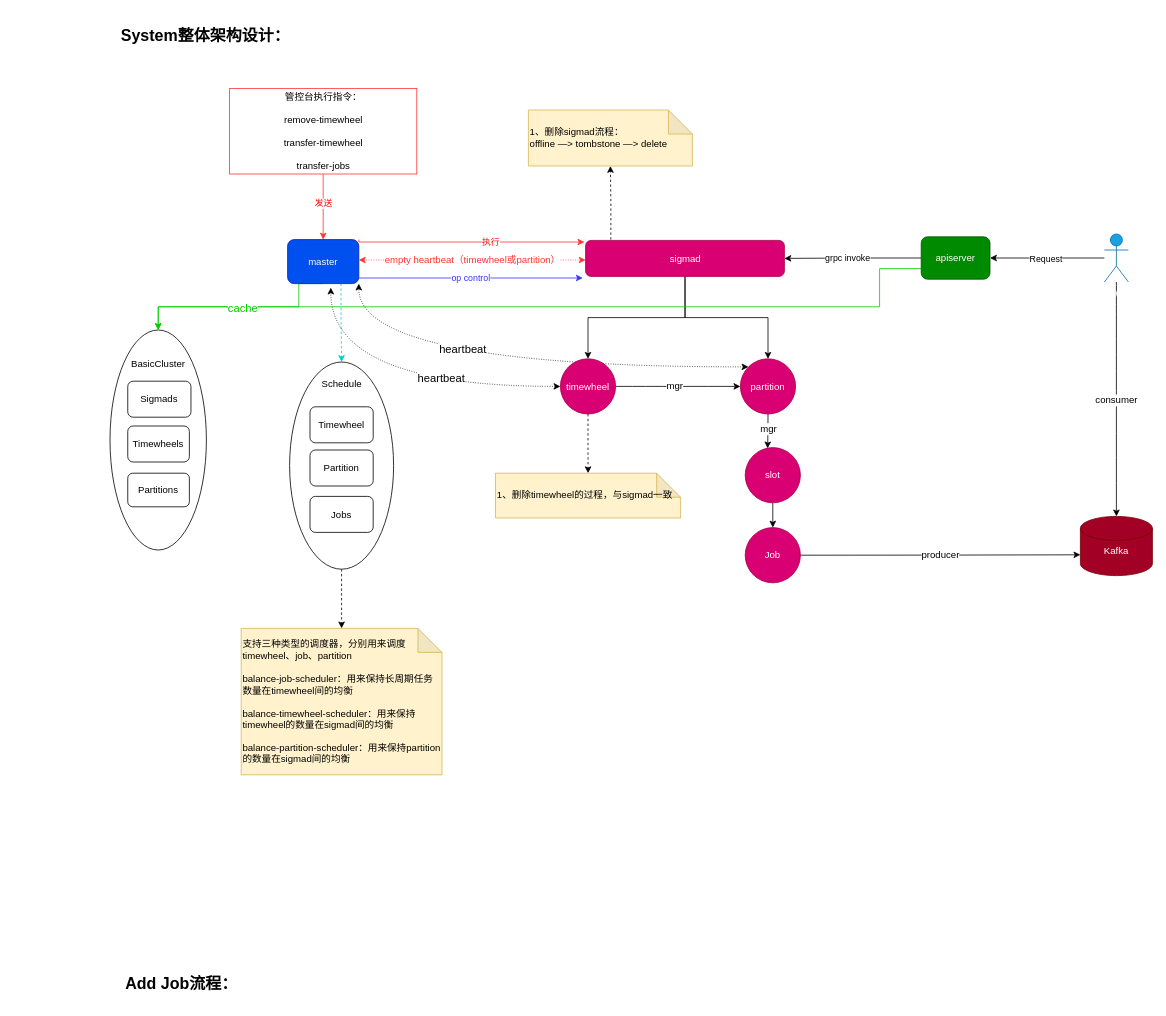
gitcodeporter/draw-uml keeps this draw.io diagram as sigmax.drawio. Above is the earlier version. Source tidied: cells renumbered, new cells numbered last; positions are measured from the earlier drawing's top-left corner, leaving out a move shared by most shapes. Both pictures are drawn from the tidied source at 80%, with x=0, y=0 at pixel (86, 14).
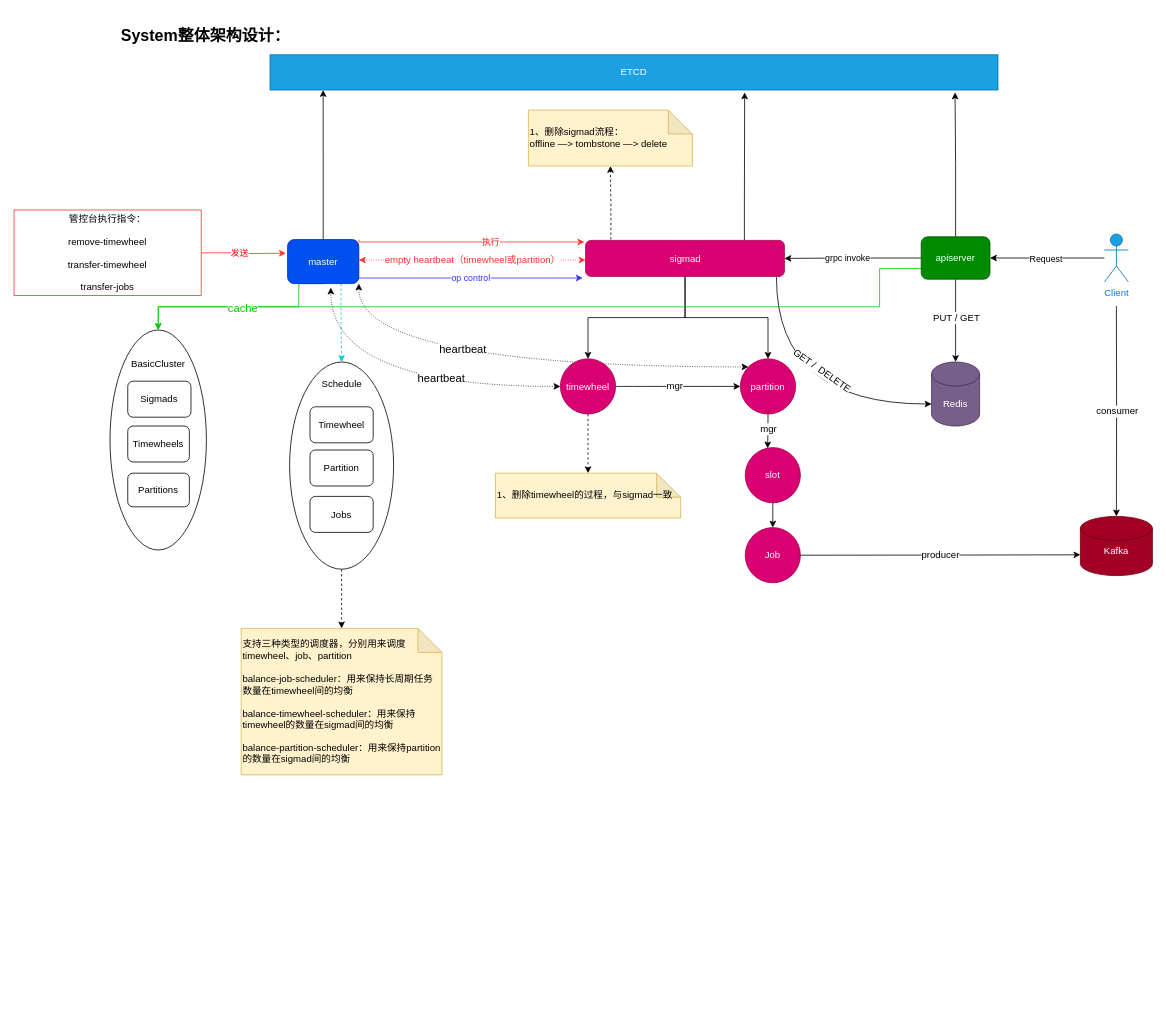
Above is the later version.

Unchanged cells that the change refers to:
```xml
<mxCell id="9" value="master" style="rounded=1;whiteSpace=wrap;html=1;fillColor=#0050ef;strokeColor=#001DBC;fontColor=#ffffff;" parent="1" vertex="1">
  <mxGeometry x="252" y="282" width="89" height="55" as="geometry" />
</mxCell>
<mxCell id="13" value="sigmad" style="rounded=1;whiteSpace=wrap;html=1;fillColor=#d80073;strokeColor=#A50040;fontColor=#ffffff;" parent="1" vertex="1">
  <mxGeometry x="624.5" y="283" width="248.5" height="45" as="geometry" />
</mxCell>
<mxCell id="18" value="apiserver" style="rounded=1;whiteSpace=wrap;html=1;fillColor=#008a00;strokeColor=#005700;fontColor=#ffffff;" parent="1" vertex="1">
  <mxGeometry x="1044" y="278.5" width="86" height="53" as="geometry" />
</mxCell>
<mxCell id="50" value="Kafka" style="shape=cylinder3;whiteSpace=wrap;html=1;boundedLbl=1;backgroundOutline=1;size=15;fontSize=12;strokeColor=#6F0000;align=center;verticalAlign=top;fillColor=#a20025;fontColor=#ffffff;" parent="1" vertex="1">
  <mxGeometry x="1243" y="628" width="90" height="74" as="geometry" />
</mxCell>
```

What changed in the source:
```diff
@@
+    <mxCell id="56" style="edgeStyle=orthogonalEdgeStyle;rounded=0;jettySize=auto;html=1;entryX=0.073;entryY=1;entryDx=0;entryDy=0;entryPerimeter=0;fontSize=12;fontColor=#000000;startArrow=none;startFill=0;strokeColor=#000000;" parent="1" edge="1" source="9" target="63">
+      <mxGeometry relative="1" as="geometry" />
+    </mxCell>
@@
+    <mxCell id="57" style="edgeStyle=orthogonalEdgeStyle;rounded=0;jettySize=auto;html=1;entryX=0.652;entryY=1.068;entryDx=0;entryDy=0;entryPerimeter=0;fontSize=12;fontColor=#000000;startArrow=none;startFill=0;strokeColor=#000000;" parent="1" edge="1" source="13" target="63">
+      <mxGeometry relative="1" as="geometry">
+        <Array as="points">
+          <mxPoint x="823" y="235" />
+          <mxPoint x="823" y="235" />
+        </Array>
+      </mxGeometry>
+    </mxCell>
+    <mxCell id="58" style="edgeStyle=orthogonalEdgeStyle;curved=1;rounded=0;jettySize=auto;html=1;entryX=0;entryY=0;entryDx=0;entryDy=52.5;entryPerimeter=0;fontSize=12;fontColor=#007FFF;startArrow=none;startFill=0;strokeColor=#000000;exitX=0.96;exitY=1.022;exitDx=0;exitDy=0;exitPerimeter=0;" parent="1" edge="1" source="13" target="64">
+      <mxGeometry relative="1" as="geometry" />
+    </mxCell>
+    <mxCell id="59" value="GET /&amp;nbsp; DELETE" style="edgeLabel;html=1;align=center;verticalAlign=middle;fontSize=12;rotation=35;" parent="58" vertex="1">
+      <mxGeometry x="0.18" y="40" relative="1" as="geometry">
+        <mxPoint x="7" y="-2" as="offset" />
+      </mxGeometry>
+    </mxCell>
@@
+    <mxCell id="60" style="edgeStyle=orthogonalEdgeStyle;rounded=0;jettySize=auto;html=1;entryX=0.941;entryY=1.068;entryDx=0;entryDy=0;entryPerimeter=0;fontSize=12;fontColor=#000000;startArrow=none;startFill=0;strokeColor=#000000;" parent="1" edge="1" source="18" target="63">
+      <mxGeometry relative="1" as="geometry" />
+    </mxCell>
+    <mxCell id="61" style="edgeStyle=orthogonalEdgeStyle;rounded=0;jettySize=auto;html=1;exitX=0.5;exitY=1;exitDx=0;exitDy=0;fontSize=12;fontColor=#000000;startArrow=none;startFill=0;strokeColor=#000000;" parent="1" edge="1" source="18" target="64">
+      <mxGeometry relative="1" as="geometry" />
+    </mxCell>
+    <mxCell id="62" value="PUT / GET" style="edgeLabel;html=1;align=center;verticalAlign=middle;fontSize=12;fontColor=#000000;" parent="61" vertex="1">
+      <mxGeometry x="-0.08" relative="1" as="geometry" />
+    </mxCell>
@@
-    <mxCell id="30" style="edgeStyle=orthogonalEdgeStyle;rounded=0;jettySize=auto;html=1;entryX=0.5;entryY=0;entryDx=0;entryDy=0;strokeColor=#FF3333;" parent="1" edge="1" source="32" target="9">
-      <mxGeometry relative="1" as="geometry" />
+    <mxCell id="30" style="edgeStyle=orthogonalEdgeStyle;rounded=0;jettySize=auto;html=1;strokeColor=#FF3333;" parent="1" edge="1" source="32">
+      <mxGeometry relative="1" as="geometry">
+        <mxPoint x="250" y="299" as="targetPoint" />
+      </mxGeometry>
     </mxCell>
@@
     <mxCell id="32" value="管控台执行指令：&lt;br&gt;&lt;br&gt;remove-timewheel&lt;br&gt;&lt;br&gt;transfer-timewheel&lt;br&gt;&lt;br&gt;transfer-jobs" style="rounded=0;whiteSpace=wrap;html=1;strokeColor=#FF3333;" parent="1" vertex="1">
-      <mxGeometry x="179.5" y="93" width="234" height="107" as="geometry" />
+      <mxGeometry x="-90" y="245" width="234" height="107" as="geometry" />
     </mxCell>
@@
-    <mxCell id="46" style="edgeStyle=orthogonalEdgeStyle;curved=1;rounded=0;jettySize=auto;html=1;entryX=0.5;entryY=0;entryDx=0;entryDy=0;entryPerimeter=0;fontSize=12;fontColor=#000000;startArrow=none;startFill=0;strokeColor=#000000;" parent="1" edge="1" source="48" target="50">
-      <mxGeometry relative="1" as="geometry" />
+    <mxCell id="46" style="edgeStyle=orthogonalEdgeStyle;curved=1;rounded=0;jettySize=auto;html=1;entryX=0.5;entryY=0;entryDx=0;entryDy=0;entryPerimeter=0;fontSize=12;fontColor=#000000;startArrow=none;startFill=0;strokeColor=#000000;" parent="1" edge="1" target="50">
+      <mxGeometry relative="1" as="geometry">
+        <mxPoint x="1288" y="365" as="sourcePoint" />
+      </mxGeometry>
     </mxCell>
@@
-    <mxCell id="48" value="Client" style="shape=umlActor;verticalLabelPosition=bottom;verticalAlign=top;html=1;outlineConnect=0;strokeColor=#006EAF;fillColor=#1ba1e2;fontColor=#ffffff;" parent="1" vertex="1">
+    <mxCell id="48" value="Client" style="shape=umlActor;verticalLabelPosition=bottom;verticalAlign=top;html=1;outlineConnect=0;strokeColor=#006EAF;fillColor=#1ba1e2;fontColor=#007FFF;" parent="1" vertex="1">
       <mxGeometry x="1273" y="275" width="30" height="60" as="geometry" />
     </mxCell>
@@
-    <mxCell id="55" value="Add Job流程：" style="text;html=1;strokeColor=none;fillColor=none;align=center;verticalAlign=middle;whiteSpace=wrap;rounded=0;fontSize=20;fontStyle=1;" parent="1" vertex="1">
-      <mxGeometry y="1185" width="238.8" height="51" as="geometry" />
-    </mxCell>
+    <mxCell id="63" value="ETCD" style="rounded=0;whiteSpace=wrap;html=1;fontSize=12;fontColor=#ffffff;strokeColor=#006EAF;align=center;verticalAlign=middle;fillColor=#1ba1e2;" parent="1" vertex="1">
+      <mxGeometry x="230" y="51" width="910" height="44" as="geometry" />
+    </mxCell>
+    <mxCell id="64" value="Redis" style="shape=cylinder3;whiteSpace=wrap;html=1;boundedLbl=1;backgroundOutline=1;size=15;fontSize=12;fontColor=#ffffff;strokeColor=#432D57;align=center;verticalAlign=middle;fillColor=#76608a;" parent="1" vertex="1">
+      <mxGeometry x="1057" y="435" width="60" height="80" as="geometry" />
+    </mxCell>
```
